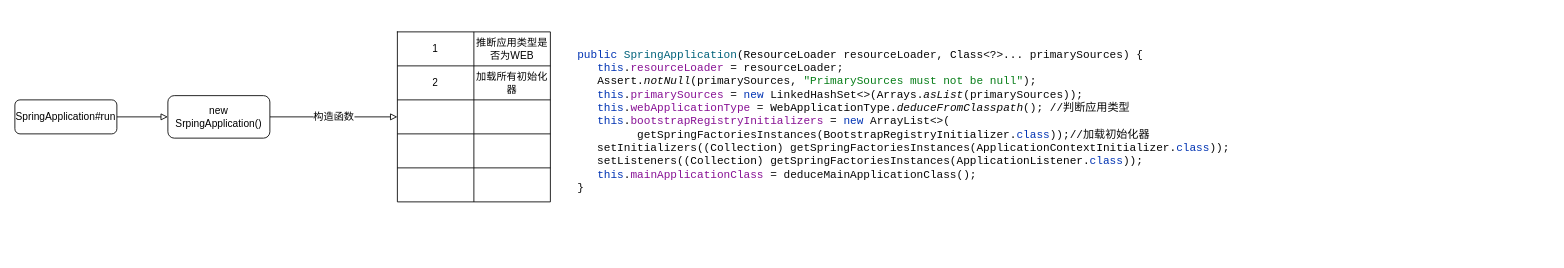
Above: spring/spring 初始化流程.drawio in springcloud-boot/perfect-java (draw.io), before the change. Source tidied: cells renumbered, new cells numbered last; positions are measured from the earlier drawing's top-left corner, leaving out a move shared by most shapes. Both pictures are drawn from the tidied source at 85%, with x=0, y=0 at pixel (14, 31).
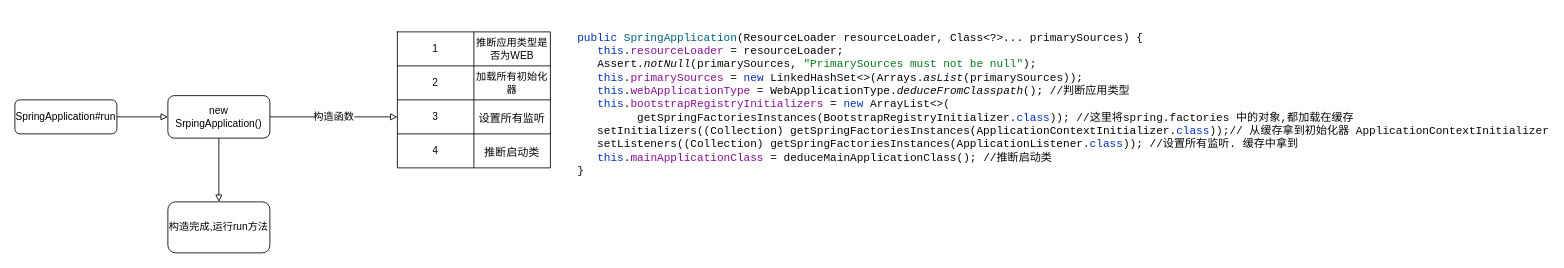
The same diagram, later.

Commit message (it also covers changes not shown here):
更新spring 初始化流程.drawio

Unchanged cells that the change refers to:
```xml
<mxCell id="5" value="new SrpingApplication()" style="rounded=1;whiteSpace=wrap;html=1;" parent="1" vertex="1">
  <mxGeometry x="180" y="75" width="120" height="50" as="geometry" />
</mxCell>
<mxCell id="13" style="shape=tableRow;horizontal=0;startSize=0;swimlaneHead=0;swimlaneBody=0;top=0;left=0;bottom=0;right=0;fillColor=none;points=[[0,0.5],[1,0.5]];portConstraint=eastwest;rounded=1;fontFamily=Helvetica;fontSize=12;fontColor=default;strokeColor=default;html=1;" parent="6" vertex="1">
  <mxGeometry y="80" width="180" height="40" as="geometry" />
</mxCell>
<mxCell id="16" style="shape=tableRow;horizontal=0;startSize=0;swimlaneHead=0;swimlaneBody=0;top=0;left=0;bottom=0;right=0;fillColor=none;rounded=1;fontFamily=Helvetica;fontSize=12;fontColor=default;strokeColor=default;html=1;" parent="6" vertex="1">
  <mxGeometry y="120" width="180" height="40" as="geometry" />
</mxCell>
```

Diff of the diagram source:
```diff
@@
+    <mxCell id="23" style="edgeStyle=orthogonalEdgeStyle;rounded=0;jettySize=auto;html=1;fontFamily=Helvetica;fontSize=12;fontColor=default;endArrow=block;endFill=0;" parent="1" edge="1" source="5" target="24">
+      <mxGeometry relative="1" as="geometry" />
+    </mxCell>
@@
     <mxCell id="6" style="shape=table;startSize=0;childLayout=tableLayout;rounded=1;fontFamily=Helvetica;fontSize=12;fontColor=default;strokeColor=default;fillColor=default;html=1;" parent="1" vertex="1">
-      <mxGeometry x="450" width="180" height="200" as="geometry" />
+      <mxGeometry x="450" width="180" height="160" as="geometry" />
     </mxCell>
@@
-    <mxCell id="14" style="shape=partialRectangle;html=1;whiteSpace=wrap;overflow=hidden;fillColor=none;top=0;left=0;bottom=0;right=0;rounded=1;fontFamily=Helvetica;fontSize=12;fontColor=default;strokeColor=default;" parent="13" vertex="1">
+    <mxCell id="14" value="3" style="shape=partialRectangle;html=1;whiteSpace=wrap;overflow=hidden;fillColor=none;top=0;left=0;bottom=0;right=0;rounded=1;fontFamily=Helvetica;fontSize=12;fontColor=default;strokeColor=default;" parent="13" vertex="1">
       <mxGeometry width="90" height="40" as="geometry" />
     </mxCell>
-    <mxCell id="15" style="shape=partialRectangle;html=1;whiteSpace=wrap;overflow=hidden;fillColor=none;top=0;left=0;bottom=0;right=0;rounded=1;fontFamily=Helvetica;fontSize=12;fontColor=default;strokeColor=default;" parent="13" vertex="1">
+    <mxCell id="15" value="&lt;pre style=&quot;text-align: left; background-color: rgb(255, 255, 255); color: rgb(8, 8, 8); font-family: &amp;quot;JetBrains Mono&amp;quot;, monospace; font-size: 9.8pt;&quot;&gt;设置所有监听&lt;/pre&gt;" style="shape=partialRectangle;html=1;whiteSpace=wrap;overflow=hidden;fillColor=none;top=0;left=0;bottom=0;right=0;rounded=1;fontFamily=Helvetica;fontSize=12;fontColor=default;strokeColor=default;" parent="13" vertex="1">
       <mxGeometry x="90" width="90" height="40" as="geometry" />
     </mxCell>
@@
-    <mxCell id="17" style="shape=partialRectangle;html=1;whiteSpace=wrap;overflow=hidden;fillColor=none;top=0;left=0;bottom=0;right=0;rounded=1;fontFamily=Helvetica;fontSize=12;fontColor=default;strokeColor=default;" parent="16" vertex="1">
+    <mxCell id="17" value="4" style="shape=partialRectangle;html=1;whiteSpace=wrap;overflow=hidden;fillColor=none;top=0;left=0;bottom=0;right=0;rounded=1;fontFamily=Helvetica;fontSize=12;fontColor=default;strokeColor=default;" parent="16" vertex="1">
       <mxGeometry width="90" height="40" as="geometry" />
     </mxCell>
-    <mxCell id="18" style="shape=partialRectangle;html=1;whiteSpace=wrap;overflow=hidden;fillColor=none;top=0;left=0;bottom=0;right=0;rounded=1;fontFamily=Helvetica;fontSize=12;fontColor=default;strokeColor=default;" parent="16" vertex="1">
+    <mxCell id="18" value="&lt;pre style=&quot;text-align: left; background-color: rgb(255, 255, 255); color: rgb(8, 8, 8); font-family: &amp;quot;JetBrains Mono&amp;quot;, monospace; font-size: 9.8pt;&quot;&gt;推断启动类&lt;/pre&gt;" style="shape=partialRectangle;html=1;whiteSpace=wrap;overflow=hidden;fillColor=none;top=0;left=0;bottom=0;right=0;rounded=1;fontFamily=Helvetica;fontSize=12;fontColor=default;strokeColor=default;" parent="16" vertex="1">
       <mxGeometry x="90" width="90" height="40" as="geometry" />
     </mxCell>
-    <mxCell id="19" style="shape=tableRow;horizontal=0;startSize=0;swimlaneHead=0;swimlaneBody=0;top=0;left=0;bottom=0;right=0;fillColor=none;rounded=1;fontFamily=Helvetica;fontSize=12;fontColor=default;strokeColor=default;html=1;" parent="6" vertex="1">
-      <mxGeometry y="160" width="180" height="40" as="geometry" />
-    </mxCell>
-    <mxCell id="20" style="shape=partialRectangle;html=1;whiteSpace=wrap;overflow=hidden;fillColor=none;top=0;left=0;bottom=0;right=0;rounded=1;fontFamily=Helvetica;fontSize=12;fontColor=default;strokeColor=default;" parent="19" vertex="1">
-      <mxGeometry width="90" height="40" as="geometry" />
-    </mxCell>
-    <mxCell id="21" style="shape=partialRectangle;html=1;whiteSpace=wrap;overflow=hidden;fillColor=none;top=0;left=0;bottom=0;right=0;rounded=1;fontFamily=Helvetica;fontSize=12;fontColor=default;strokeColor=default;" parent="19" vertex="1">
-      <mxGeometry x="90" width="90" height="40" as="geometry" />
-    </mxCell>
-    <mxCell id="22" value="&lt;pre style=&quot;background-color:#ffffff;color:#080808;font-family:'JetBrains Mono',monospace;font-size:9.8pt;&quot;&gt;&lt;span style=&quot;color:#0033b3;&quot;&gt;public &lt;/span&gt;&lt;span style=&quot;color:#00627a;&quot;&gt;SpringApplication&lt;/span&gt;(&lt;span style=&quot;color:#000000;&quot;&gt;ResourceLoader &lt;/span&gt;resourceLoader, &lt;span style=&quot;color:#000000;&quot;&gt;Class&lt;/span&gt;&amp;lt;?&amp;gt;... primarySources) {&lt;br&gt;   &lt;span style=&quot;color:#0033b3;&quot;&gt;this&lt;/span&gt;.&lt;span style=&quot;color:#871094;&quot;&gt;resourceLoader &lt;/span&gt;= resourceLoader;&lt;br&gt;   &lt;span style=&quot;color:#000000;&quot;&gt;Assert&lt;/span&gt;.&lt;span style=&quot;font-style:italic;&quot;&gt;notNull&lt;/span&gt;(primarySources, &lt;span style=&quot;color:#067d17;&quot;&gt;&quot;PrimarySources must not be null&quot;&lt;/span&gt;);&lt;br&gt;   &lt;span style=&quot;color:#0033b3;&quot;&gt;this&lt;/span&gt;.&lt;span style=&quot;color:#871094;&quot;&gt;primarySources &lt;/span&gt;= &lt;span style=&quot;color:#0033b3;&quot;&gt;new &lt;/span&gt;LinkedHashSet&amp;lt;&amp;gt;(&lt;span style=&quot;color:#000000;&quot;&gt;Arrays&lt;/span&gt;.&lt;span style=&quot;font-style:italic;&quot;&gt;asList&lt;/span&gt;(primarySources));&lt;br&gt;   &lt;span style=&quot;color:#0033b3;&quot;&gt;this&lt;/span&gt;.&lt;span style=&quot;color:#871094;&quot;&gt;webApplicationType &lt;/span&gt;= &lt;span style=&quot;color:#000000;&quot;&gt;WebApplicationType&lt;/span&gt;.&lt;span style=&quot;font-style:italic;&quot;&gt;deduceFromClasspath&lt;/span&gt;(); //判断应用类型&lt;br&gt;   &lt;span style=&quot;color:#0033b3;&quot;&gt;this&lt;/span&gt;.&lt;span style=&quot;color:#871094;&quot;&gt;bootstrapRegistryInitializers &lt;/span&gt;= &lt;span style=&quot;color:#0033b3;&quot;&gt;new &lt;/span&gt;ArrayList&amp;lt;&amp;gt;(&lt;br&gt;         getSpringFactoriesInstances(&lt;span style=&quot;color:#000000;&quot;&gt;BootstrapRegistryInitializer&lt;/span&gt;.&lt;span style=&quot;color:#0033b3;&quot;&gt;class&lt;/span&gt;));//加载初始化器&lt;br&gt;   setInitializers((&lt;span style=&quot;color:#000000;&quot;&gt;Collection&lt;/span&gt;) getSpringFactoriesInstances(&lt;span style=&quot;color:#000000;&quot;&gt;ApplicationContextInitializer&lt;/span&gt;.&lt;span style=&quot;color:#0033b3;&quot;&gt;class&lt;/span&gt;));&lt;br&gt;   setListeners((&lt;span style=&quot;color:#000000;&quot;&gt;Collection&lt;/span&gt;) getSpringFactoriesInstances(&lt;span style=&quot;color:#000000;&quot;&gt;ApplicationListener&lt;/span&gt;.&lt;span style=&quot;color:#0033b3;&quot;&gt;class&lt;/span&gt;));&lt;br&gt;   &lt;span style=&quot;color:#0033b3;&quot;&gt;this&lt;/span&gt;.&lt;span style=&quot;color:#871094;&quot;&gt;mainApplicationClass &lt;/span&gt;= deduceMainApplicationClass();&lt;br&gt;}&lt;/pre&gt;" style="text;whiteSpace=wrap;html=1;fontSize=12;fontFamily=Helvetica;fontColor=default;" parent="1" vertex="1">
-      <mxGeometry x="660" width="560" height="220" as="geometry" />
+    <mxCell id="22" value="&lt;pre style=&quot;background-color:#ffffff;color:#080808;font-family:'JetBrains Mono',monospace;font-size:9.8pt;&quot;&gt;&lt;span style=&quot;color:#0033b3;&quot;&gt;public &lt;/span&gt;&lt;span style=&quot;color:#00627a;&quot;&gt;SpringApplication&lt;/span&gt;(&lt;span style=&quot;color:#000000;&quot;&gt;ResourceLoader &lt;/span&gt;resourceLoader, &lt;span style=&quot;color:#000000;&quot;&gt;Class&lt;/span&gt;&amp;lt;?&amp;gt;... primarySources) {&lt;br&gt;   &lt;span style=&quot;color:#0033b3;&quot;&gt;this&lt;/span&gt;.&lt;span style=&quot;color:#871094;&quot;&gt;resourceLoader &lt;/span&gt;= resourceLoader;&lt;br&gt;   &lt;span style=&quot;color:#000000;&quot;&gt;Assert&lt;/span&gt;.&lt;span style=&quot;font-style:italic;&quot;&gt;notNull&lt;/span&gt;(primarySources, &lt;span style=&quot;color:#067d17;&quot;&gt;&quot;PrimarySources must not be null&quot;&lt;/span&gt;);&lt;br&gt;   &lt;span style=&quot;color:#0033b3;&quot;&gt;this&lt;/span&gt;.&lt;span style=&quot;color:#871094;&quot;&gt;primarySources &lt;/span&gt;= &lt;span style=&quot;color:#0033b3;&quot;&gt;new &lt;/span&gt;LinkedHashSet&amp;lt;&amp;gt;(&lt;span style=&quot;color:#000000;&quot;&gt;Arrays&lt;/span&gt;.&lt;span style=&quot;font-style:italic;&quot;&gt;asList&lt;/span&gt;(primarySources));&lt;br&gt;   &lt;span style=&quot;color:#0033b3;&quot;&gt;this&lt;/span&gt;.&lt;span style=&quot;color:#871094;&quot;&gt;webApplicationType &lt;/span&gt;= &lt;span style=&quot;color:#000000;&quot;&gt;WebApplicationType&lt;/span&gt;.&lt;span style=&quot;font-style:italic;&quot;&gt;deduceFromClasspath&lt;/span&gt;(); //判断应用类型&lt;br&gt;   &lt;span style=&quot;color:#0033b3;&quot;&gt;this&lt;/span&gt;.&lt;span style=&quot;color:#871094;&quot;&gt;bootstrapRegistryInitializers &lt;/span&gt;= &lt;span style=&quot;color:#0033b3;&quot;&gt;new &lt;/span&gt;ArrayList&amp;lt;&amp;gt;(&lt;br&gt;         getSpringFactoriesInstances(&lt;span style=&quot;color:#000000;&quot;&gt;BootstrapRegistryInitializer&lt;/span&gt;.&lt;span style=&quot;color:#0033b3;&quot;&gt;class&lt;/span&gt;)); //这里将spring.factories 中的对象,都加载在缓存&lt;br&gt;   setInitializers((&lt;span style=&quot;color:#000000;&quot;&gt;Collection&lt;/span&gt;) getSpringFactoriesInstances(&lt;span style=&quot;color:#000000;&quot;&gt;ApplicationContextInitializer&lt;/span&gt;.&lt;span style=&quot;color:#0033b3;&quot;&gt;class&lt;/span&gt;));// 从缓存拿到初始化器 ApplicationContextInitializer&lt;br&gt;   setListeners((&lt;span style=&quot;color:#000000;&quot;&gt;Collection&lt;/span&gt;) getSpringFactoriesInstances(&lt;span style=&quot;color:#000000;&quot;&gt;ApplicationListener&lt;/span&gt;.&lt;span style=&quot;color:#0033b3;&quot;&gt;class&lt;/span&gt;)); //设置所有监听. 缓存中拿到&lt;br&gt;   &lt;span style=&quot;color:#0033b3;&quot;&gt;this&lt;/span&gt;.&lt;span style=&quot;color:#871094;&quot;&gt;mainApplicationClass &lt;/span&gt;= deduceMainApplicationClass(); //推断启动类&lt;br&gt;}&lt;/pre&gt;" style="text;whiteSpace=wrap;html=1;fontSize=12;fontFamily=Helvetica;fontColor=default;" parent="1" vertex="1">
+      <mxGeometry x="660" y="-20" width="560" height="220" as="geometry" />
     </mxCell>
+    <mxCell id="24" value="构造完成,运行run方法" style="rounded=1;whiteSpace=wrap;html=1;fontFamily=Helvetica;fontSize=12;fontColor=default;strokeColor=default;fillColor=default;" parent="1" vertex="1">
+      <mxGeometry x="180" y="200" width="120" height="60" as="geometry" />
+    </mxCell>
```
